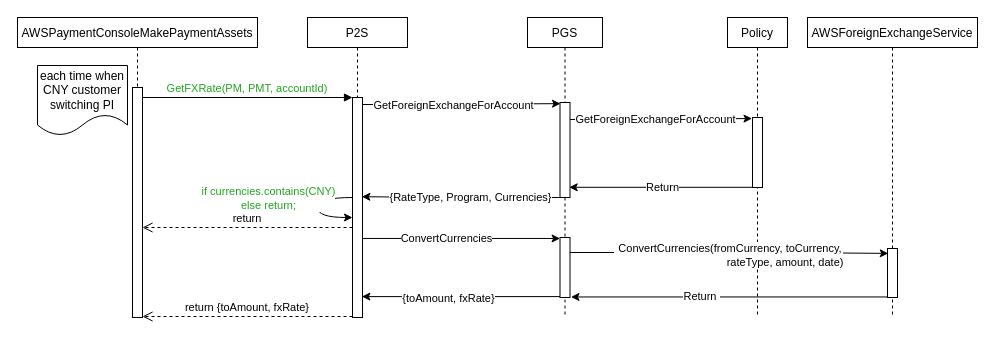
Above: FXRate.drawio in shidh/drawio (draw.io), before the change. Source tidied: cells renumbered, new cells numbered last; positions are measured from the earlier drawing's top-left corner, leaving out a move shared by most shapes. Both pictures are drawn from the tidied source at 100%, with x=0, y=0 at pixel (17, 17).
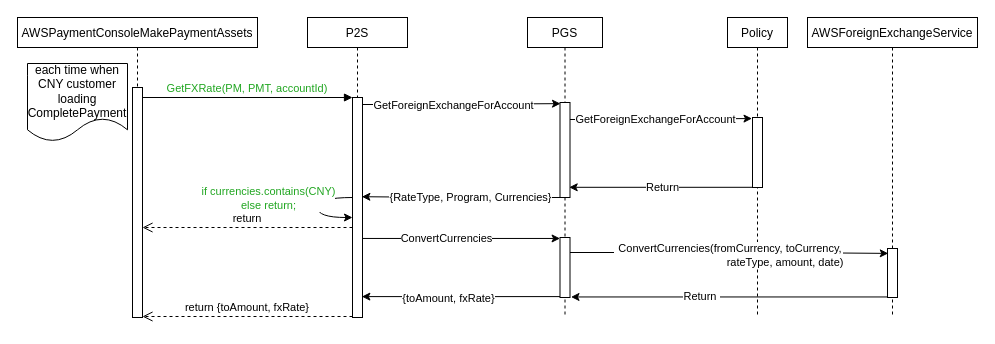
The same page after the edit.

What changed in the source:
```diff
@@
-    <mxCell id="24" value="&lt;font color=&quot;#000000&quot;&gt;each time when CNY customer switching PI&lt;/font&gt;" style="shape=document;whiteSpace=wrap;html=1;boundedLbl=1;fontColor=#33FF33;" parent="1" vertex="1">
-      <mxGeometry x="20" y="48" width="90" height="70" as="geometry" />
+    <mxCell id="24" value="&lt;font color=&quot;#000000&quot;&gt;each time when CNY customer loading CompletePayment&lt;/font&gt;" style="shape=document;whiteSpace=wrap;html=1;boundedLbl=1;fontColor=#33FF33;" parent="1" vertex="1">
+      <mxGeometry x="10" y="46" width="100" height="78" as="geometry" />
     </mxCell>
```
